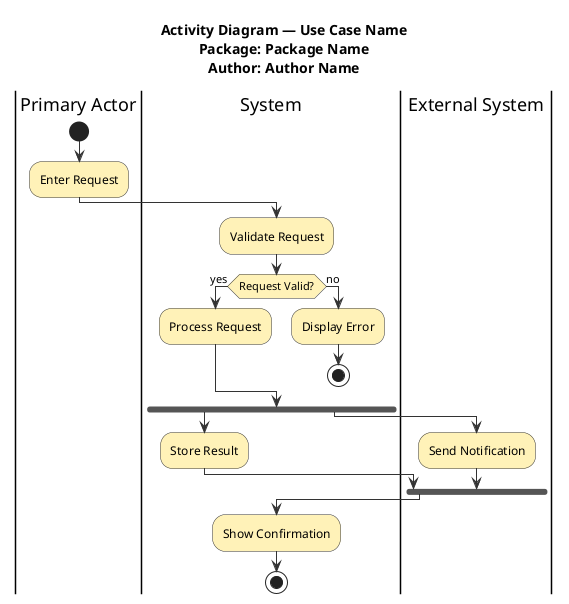
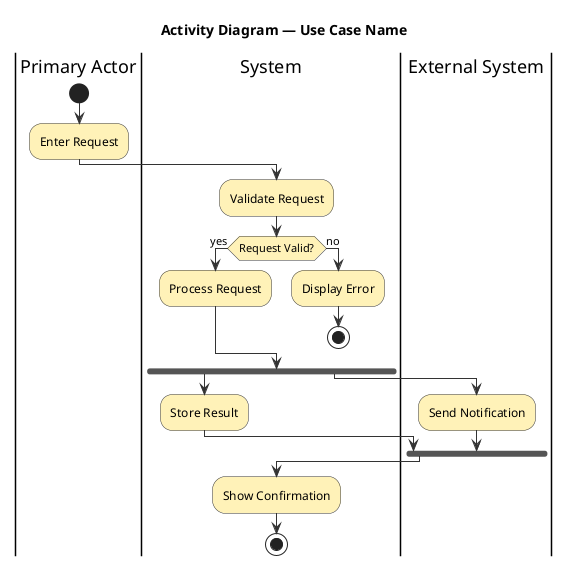
@startuml
- ' Template: activity diagram (requirements specification §7)
+ ' Template: activity diagram for one requirements use case.
' Models the flow of one clearly identified use case.

- title Activity Diagram — Use Case Name\nPackage: Package Name\nAuthor: Author Name
+ title Activity Diagram — Use Case Name

skinparam shadowing false
- skinparam handwritten false
- skinparam defaultFontName Arial
skinparam ArrowColor #333333
skinparam BorderColor #333333
skinparam activity {
  BackgroundColor #FFF2B8
  BorderColor #333333
}

|Primary Actor|
start
:Enter Request;

|System|
:Validate Request;
if (Request Valid?) then (yes)
  :Process Request;
else (no)
  :Display Error;
  stop
endif

fork
  :Store Result;
fork again
  |External System|
  :Send Notification;
end fork

|System|
:Show Confirmation;
stop
@enduml
